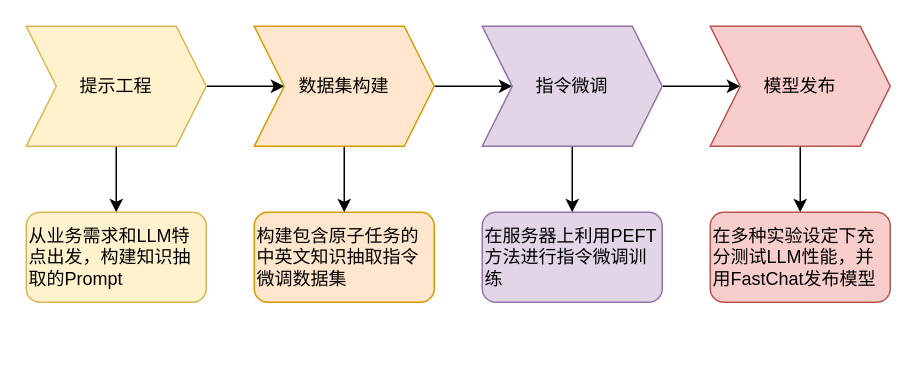
Before: LLM流程图.drawio in Wonderful23/algorithm, a draw.io diagram. Source tidied: cells renumbered, new cells numbered last; positions are measured from the earlier drawing's top-left corner, leaving out a move shared by most shapes. Both pictures are drawn from the tidied source at 150%, with x=0, y=0 at pixel (26, 26).
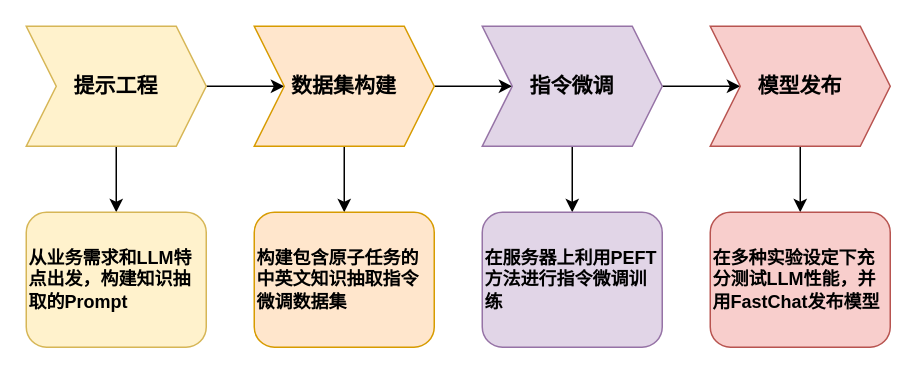
The same page after the edit.

Commit message (it also covers changes not shown here):
更新LLM流程图.drawio

The edit, as a diff of the source:
```diff
@@
 <mxGraphModel>
   <root>
     <mxCell id="0" />
     <mxCell id="1" parent="0" />
     <mxCell id="2" style="edgeStyle=orthogonalEdgeStyle;rounded=0;jettySize=auto;html=1;exitX=1;exitY=0.5;exitDx=0;exitDy=0;entryX=0;entryY=0.5;entryDx=0;entryDy=0;" parent="1" edge="1" source="4" target="7">
       <mxGeometry relative="1" as="geometry" />
     </mxCell>
     <mxCell id="3" style="edgeStyle=orthogonalEdgeStyle;rounded=0;jettySize=auto;html=1;" parent="1" edge="1" source="4" target="13">
       <mxGeometry relative="1" as="geometry" />
     </mxCell>
-    <mxCell id="4" value="提示工程" style="shape=step;perimeter=stepPerimeter;whiteSpace=wrap;html=1;fixedSize=1;fillColor=#fff2cc;strokeColor=#d6b656;" parent="1" vertex="1">
+    <mxCell id="4" value="&lt;b&gt;&lt;font style=&quot;font-size: 14px;&quot;&gt;提示工程&lt;/font&gt;&lt;/b&gt;" style="shape=step;perimeter=stepPerimeter;whiteSpace=wrap;html=1;fixedSize=1;fillColor=#fff2cc;strokeColor=#d6b656;" parent="1" vertex="1">
       <mxGeometry width="120" height="80" as="geometry" />
     </mxCell>
     <mxCell id="5" style="edgeStyle=orthogonalEdgeStyle;rounded=0;jettySize=auto;html=1;exitX=1;exitY=0.5;exitDx=0;exitDy=0;" parent="1" edge="1" source="7" target="10">
       <mxGeometry relative="1" as="geometry" />
     </mxCell>
     <mxCell id="6" style="edgeStyle=orthogonalEdgeStyle;rounded=0;jettySize=auto;html=1;" parent="1" edge="1" source="7" target="14">
       <mxGeometry relative="1" as="geometry" />
     </mxCell>
-    <mxCell id="7" value="数据集构建" style="shape=step;perimeter=stepPerimeter;whiteSpace=wrap;html=1;fixedSize=1;fillColor=#ffe6cc;strokeColor=#d79b00;" parent="1" vertex="1">
+    <mxCell id="7" value="&lt;font style=&quot;font-size: 14px;&quot;&gt;&lt;b&gt;数据集构建&lt;/b&gt;&lt;/font&gt;" style="shape=step;perimeter=stepPerimeter;whiteSpace=wrap;html=1;fixedSize=1;fillColor=#ffe6cc;strokeColor=#d79b00;" parent="1" vertex="1">
       <mxGeometry x="152" width="120" height="80" as="geometry" />
     </mxCell>
     <mxCell id="8" style="edgeStyle=orthogonalEdgeStyle;rounded=0;jettySize=auto;html=1;exitX=1;exitY=0.5;exitDx=0;exitDy=0;" parent="1" edge="1" source="10" target="12">
       <mxGeometry relative="1" as="geometry" />
     </mxCell>
     <mxCell id="9" style="edgeStyle=orthogonalEdgeStyle;rounded=0;jettySize=auto;html=1;" parent="1" edge="1" source="10" target="15">
       <mxGeometry relative="1" as="geometry" />
     </mxCell>
-    <mxCell id="10" value="指令微调" style="shape=step;perimeter=stepPerimeter;whiteSpace=wrap;html=1;fixedSize=1;fillColor=#e1d5e7;strokeColor=#9673a6;" parent="1" vertex="1">
+    <mxCell id="10" value="&lt;font style=&quot;font-size: 14px;&quot;&gt;&lt;b&gt;指令微调&lt;/b&gt;&lt;/font&gt;" style="shape=step;perimeter=stepPerimeter;whiteSpace=wrap;html=1;fixedSize=1;fillColor=#e1d5e7;strokeColor=#9673a6;" parent="1" vertex="1">
       <mxGeometry x="304" width="120" height="80" as="geometry" />
     </mxCell>
     <mxCell id="11" style="edgeStyle=orthogonalEdgeStyle;rounded=0;jettySize=auto;html=1;" parent="1" edge="1" source="12" target="16">
       <mxGeometry relative="1" as="geometry" />
     </mxCell>
-    <mxCell id="12" value="模型发布" style="shape=step;perimeter=stepPerimeter;whiteSpace=wrap;html=1;fixedSize=1;fillColor=#f8cecc;strokeColor=#b85450;" parent="1" vertex="1">
+    <mxCell id="12" value="&lt;font style=&quot;font-size: 14px;&quot;&gt;&lt;b&gt;模型发布&lt;/b&gt;&lt;/font&gt;" style="shape=step;perimeter=stepPerimeter;whiteSpace=wrap;html=1;fixedSize=1;fillColor=#f8cecc;strokeColor=#b85450;" parent="1" vertex="1">
       <mxGeometry x="456" width="120" height="80" as="geometry" />
     </mxCell>
-    <mxCell id="13" value="从业务需求和LLM特点出发，构建知识抽取的Prompt" style="rounded=1;whiteSpace=wrap;html=1;fillColor=#fff2cc;strokeColor=#d6b656;align=left;" parent="1" vertex="1">
-      <mxGeometry y="124" width="120" height="60" as="geometry" />
+    <mxCell id="13" value="&lt;b&gt;从业务需求和LLM特点出发，构建知识抽取的Prompt&lt;/b&gt;" style="rounded=1;whiteSpace=wrap;html=1;fillColor=#fff2cc;strokeColor=#d6b656;align=left;" parent="1" vertex="1">
+      <mxGeometry y="124" width="120" height="90" as="geometry" />
     </mxCell>
-    <mxCell id="14" value="构建包含原子任务的中英文知识抽取指令微调数据集" style="rounded=1;whiteSpace=wrap;html=1;fillColor=#ffe6cc;strokeColor=#d79b00;align=left;" parent="1" vertex="1">
-      <mxGeometry x="152" y="124" width="120" height="60" as="geometry" />
+    <mxCell id="14" value="&lt;b&gt;构建包含原子任务的中英文知识抽取指令微调数据集&lt;/b&gt;" style="rounded=1;whiteSpace=wrap;html=1;fillColor=#ffe6cc;strokeColor=#d79b00;align=left;" parent="1" vertex="1">
+      <mxGeometry x="152" y="124" width="120" height="90" as="geometry" />
     </mxCell>
-    <mxCell id="15" value="在服务器上利用PEFT方法进行指令微调训练" style="rounded=1;whiteSpace=wrap;html=1;fillColor=#e1d5e7;strokeColor=#9673a6;align=left;" parent="1" vertex="1">
-      <mxGeometry x="304" y="124" width="120" height="60" as="geometry" />
+    <mxCell id="15" value="&lt;b&gt;在服务器上利用PEFT方法进行指令微调训练&lt;/b&gt;" style="rounded=1;whiteSpace=wrap;html=1;fillColor=#e1d5e7;strokeColor=#9673a6;align=left;" parent="1" vertex="1">
+      <mxGeometry x="304" y="124" width="120" height="90" as="geometry" />
     </mxCell>
-    <mxCell id="16" value="在多种实验设定下充分测试LLM性能，并用FastChat发布模型" style="rounded=1;whiteSpace=wrap;html=1;fillColor=#f8cecc;strokeColor=#b85450;align=left;" parent="1" vertex="1">
-      <mxGeometry x="456" y="124" width="120" height="60" as="geometry" />
+    <mxCell id="16" value="&lt;b&gt;在多种实验设定下充分测试LLM性能，并用FastChat发布模型&lt;/b&gt;" style="rounded=1;whiteSpace=wrap;html=1;fillColor=#f8cecc;strokeColor=#b85450;align=left;" parent="1" vertex="1">
+      <mxGeometry x="456" y="124" width="120" height="90" as="geometry" />
     </mxCell>
   </root>
 </mxGraphModel>
```
